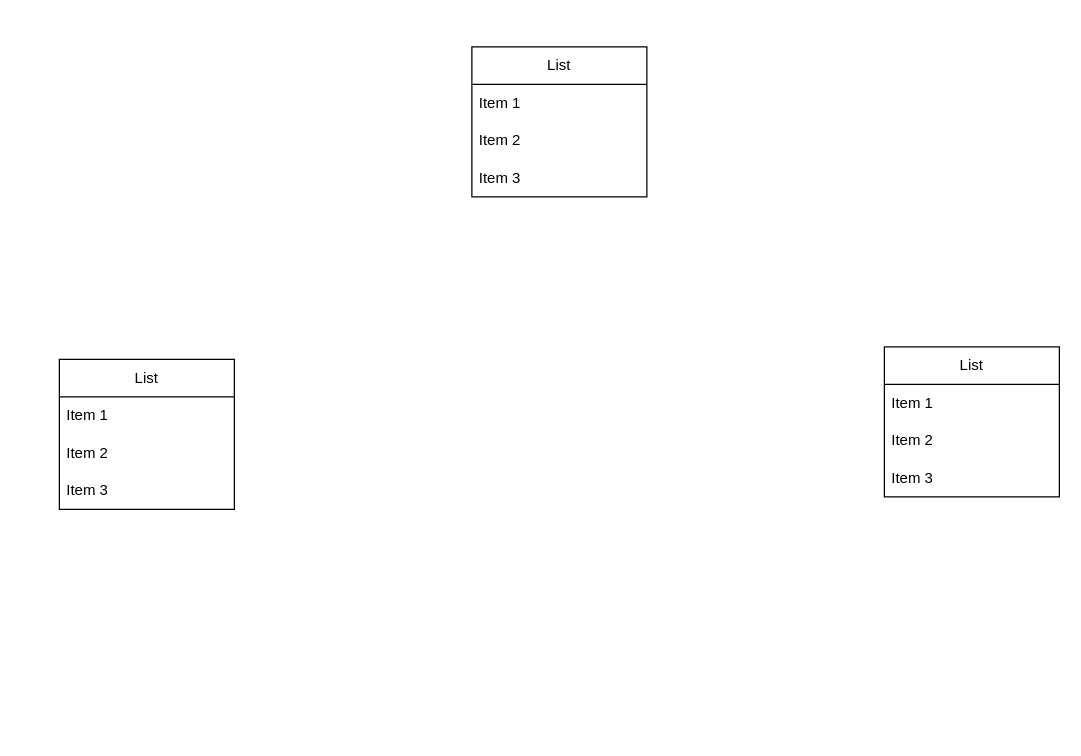
Earlier version of the draw.io diagram uml_diagram_for_snowflake_schema.drawio (christiankelechi/elibraryplatform). Source tidied: cells renumbered, new cells numbered last; positions are measured from the earlier drawing's top-left corner, leaving out a move shared by most shapes. Both pictures are drawn from the tidied source at 125%, with x=0, y=0 at pixel (59, 46).
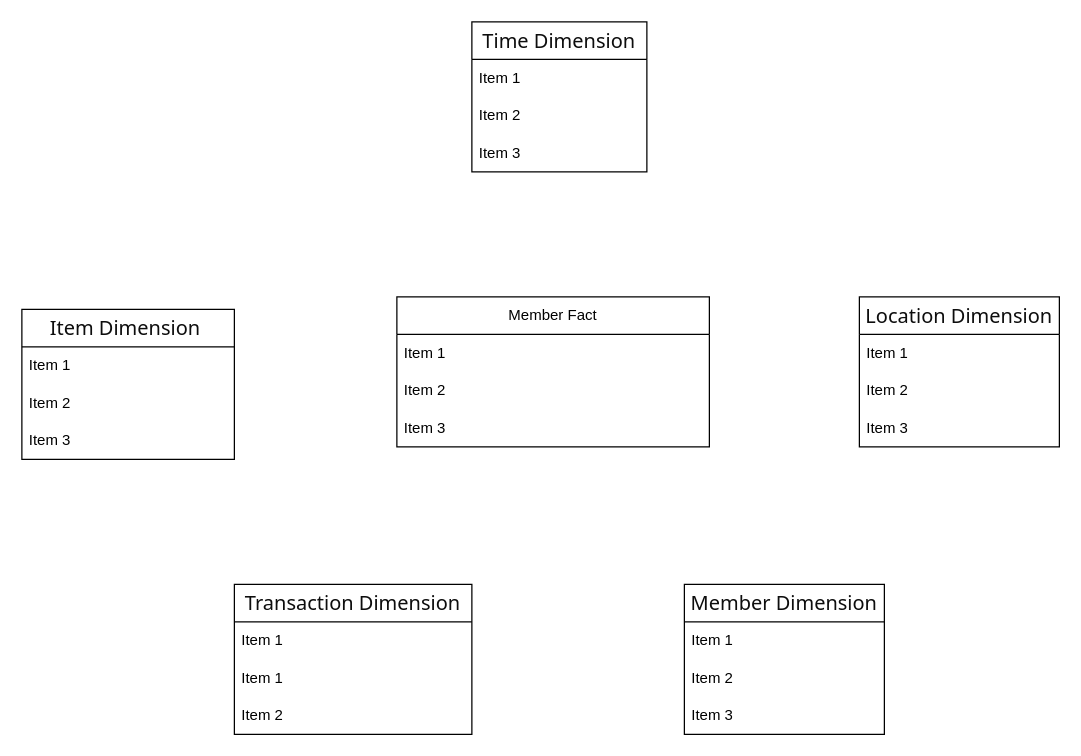
The same diagram, later.

Change to the diagram source:
```diff
@@
-    <mxCell id="2" value="List" style="swimlane;fontStyle=0;horizontal=1;startSize=30;whiteSpace=wrap;html=1;" parent="1" vertex="1">
-      <mxGeometry y="250" width="140" height="120" as="geometry" />
+    <mxCell id="2" value="&lt;span style=&quot;color: rgb(13, 13, 13); font-family: Söhne, ui-sans-serif, system-ui, -apple-system, &amp;quot;Segoe UI&amp;quot;, Roboto, Ubuntu, Cantarell, &amp;quot;Noto Sans&amp;quot;, sans-serif, &amp;quot;Helvetica Neue&amp;quot;, Arial, &amp;quot;Apple Color Emoji&amp;quot;, &amp;quot;Segoe UI Emoji&amp;quot;, &amp;quot;Segoe UI Symbol&amp;quot;, &amp;quot;Noto Color Emoji&amp;quot;; font-size: 16px; text-align: start; white-space-collapse: preserve; background-color: rgb(255, 255, 255);&quot;&gt;Item Dimension &lt;/span&gt;" style="swimlane;fontStyle=0;horizontal=1;startSize=30;whiteSpace=wrap;html=1;" parent="1" vertex="1">
+      <mxGeometry x="-30" y="210" width="170" height="120" as="geometry" />
     </mxCell>
     <mxCell id="3" value="Item 1" style="text;strokeColor=none;fillColor=none;align=left;verticalAlign=middle;spacingLeft=4;spacingRight=4;overflow=hidden;whiteSpace=wrap;html=1;" parent="2" vertex="1">
-      <mxGeometry y="30" width="140" height="30" as="geometry" />
+      <mxGeometry y="30" width="170" height="30" as="geometry" />
     </mxCell>
     <mxCell id="4" value="Item 2" style="text;strokeColor=none;fillColor=none;align=left;verticalAlign=middle;spacingLeft=4;spacingRight=4;overflow=hidden;whiteSpace=wrap;html=1;" parent="2" vertex="1">
-      <mxGeometry y="60" width="140" height="30" as="geometry" />
+      <mxGeometry y="60" width="170" height="30" as="geometry" />
     </mxCell>
     <mxCell id="5" value="Item 3" style="text;strokeColor=none;fillColor=none;align=left;verticalAlign=middle;spacingLeft=4;spacingRight=4;overflow=hidden;whiteSpace=wrap;html=1;" parent="2" vertex="1">
-      <mxGeometry y="90" width="140" height="30" as="geometry" />
+      <mxGeometry y="90" width="170" height="30" as="geometry" />
     </mxCell>
-    <mxCell id="6" value="List" style="swimlane;fontStyle=0;horizontal=1;startSize=30;whiteSpace=wrap;html=1;" parent="1" vertex="1">
-      <mxGeometry x="330" width="140" height="120" as="geometry" />
+    <mxCell id="6" value="&lt;span style=&quot;color: rgb(13, 13, 13); font-family: Söhne, ui-sans-serif, system-ui, -apple-system, &amp;quot;Segoe UI&amp;quot;, Roboto, Ubuntu, Cantarell, &amp;quot;Noto Sans&amp;quot;, sans-serif, &amp;quot;Helvetica Neue&amp;quot;, Arial, &amp;quot;Apple Color Emoji&amp;quot;, &amp;quot;Segoe UI Emoji&amp;quot;, &amp;quot;Segoe UI Symbol&amp;quot;, &amp;quot;Noto Color Emoji&amp;quot;; font-size: 16px; text-align: start; white-space-collapse: preserve; background-color: rgb(255, 255, 255);&quot;&gt;Time Dimension&lt;/span&gt;" style="swimlane;fontStyle=0;horizontal=1;startSize=30;whiteSpace=wrap;html=1;" parent="1" vertex="1">
+      <mxGeometry x="330" y="-20" width="140" height="120" as="geometry" />
     </mxCell>
@@
-    <mxCell id="10" value="List" style="swimlane;fontStyle=0;horizontal=1;startSize=30;whiteSpace=wrap;html=1;" parent="1" vertex="1">
-      <mxGeometry x="660" y="240" width="140" height="120" as="geometry" />
+    <mxCell id="10" value="&lt;span style=&quot;color: rgb(13, 13, 13); font-family: Söhne, ui-sans-serif, system-ui, -apple-system, &amp;quot;Segoe UI&amp;quot;, Roboto, Ubuntu, Cantarell, &amp;quot;Noto Sans&amp;quot;, sans-serif, &amp;quot;Helvetica Neue&amp;quot;, Arial, &amp;quot;Apple Color Emoji&amp;quot;, &amp;quot;Segoe UI Emoji&amp;quot;, &amp;quot;Segoe UI Symbol&amp;quot;, &amp;quot;Noto Color Emoji&amp;quot;; font-size: 16px; text-align: start; white-space-collapse: preserve; background-color: rgb(255, 255, 255);&quot;&gt;Location Dimension&lt;/span&gt;" style="swimlane;fontStyle=0;horizontal=1;startSize=30;whiteSpace=wrap;html=1;" parent="1" vertex="1">
+      <mxGeometry x="640" y="200" width="160" height="120" as="geometry" />
     </mxCell>
     <mxCell id="11" value="Item 1" style="text;strokeColor=none;fillColor=none;align=left;verticalAlign=middle;spacingLeft=4;spacingRight=4;overflow=hidden;whiteSpace=wrap;html=1;" parent="10" vertex="1">
-      <mxGeometry y="30" width="140" height="30" as="geometry" />
+      <mxGeometry y="30" width="160" height="30" as="geometry" />
     </mxCell>
     <mxCell id="12" value="Item 2" style="text;strokeColor=none;fillColor=none;align=left;verticalAlign=middle;spacingLeft=4;spacingRight=4;overflow=hidden;whiteSpace=wrap;html=1;" parent="10" vertex="1">
-      <mxGeometry y="60" width="140" height="30" as="geometry" />
+      <mxGeometry y="60" width="160" height="30" as="geometry" />
     </mxCell>
     <mxCell id="13" value="Item 3" style="text;strokeColor=none;fillColor=none;align=left;verticalAlign=middle;spacingLeft=4;spacingRight=4;overflow=hidden;whiteSpace=wrap;html=1;" parent="10" vertex="1">
-      <mxGeometry y="90" width="140" height="30" as="geometry" />
+      <mxGeometry y="90" width="160" height="30" as="geometry" />
     </mxCell>
+    <mxCell id="14" value="&lt;span style=&quot;color: rgb(13, 13, 13); font-family: Söhne, ui-sans-serif, system-ui, -apple-system, &amp;quot;Segoe UI&amp;quot;, Roboto, Ubuntu, Cantarell, &amp;quot;Noto Sans&amp;quot;, sans-serif, &amp;quot;Helvetica Neue&amp;quot;, Arial, &amp;quot;Apple Color Emoji&amp;quot;, &amp;quot;Segoe UI Emoji&amp;quot;, &amp;quot;Segoe UI Symbol&amp;quot;, &amp;quot;Noto Color Emoji&amp;quot;; font-size: 16px; text-align: start; white-space-collapse: preserve; background-color: rgb(255, 255, 255);&quot;&gt;Member Dimension&lt;/span&gt;" style="swimlane;fontStyle=0;horizontal=1;startSize=30;whiteSpace=wrap;html=1;" parent="1" vertex="1">
+      <mxGeometry x="500" y="430" width="160" height="120" as="geometry" />
+    </mxCell>
+    <mxCell id="15" value="Item 1" style="text;strokeColor=none;fillColor=none;align=left;verticalAlign=middle;spacingLeft=4;spacingRight=4;overflow=hidden;whiteSpace=wrap;html=1;" parent="14" vertex="1">
+      <mxGeometry y="30" width="160" height="30" as="geometry" />
+    </mxCell>
+    <mxCell id="16" value="Item 2" style="text;strokeColor=none;fillColor=none;align=left;verticalAlign=middle;spacingLeft=4;spacingRight=4;overflow=hidden;whiteSpace=wrap;html=1;" parent="14" vertex="1">
+      <mxGeometry y="60" width="160" height="30" as="geometry" />
+    </mxCell>
+    <mxCell id="17" value="Item 3" style="text;strokeColor=none;fillColor=none;align=left;verticalAlign=middle;spacingLeft=4;spacingRight=4;overflow=hidden;whiteSpace=wrap;html=1;" parent="14" vertex="1">
+      <mxGeometry y="90" width="160" height="30" as="geometry" />
+    </mxCell>
+    <mxCell id="18" value="Member Fact" style="swimlane;fontStyle=0;horizontal=1;startSize=30;whiteSpace=wrap;html=1;" parent="1" vertex="1">
+      <mxGeometry x="270" y="200" width="250" height="120" as="geometry" />
+    </mxCell>
+    <mxCell id="19" value="Item 1" style="text;strokeColor=none;fillColor=none;align=left;verticalAlign=middle;spacingLeft=4;spacingRight=4;overflow=hidden;whiteSpace=wrap;html=1;" parent="18" vertex="1">
+      <mxGeometry y="30" width="250" height="30" as="geometry" />
+    </mxCell>
+    <mxCell id="20" value="Item 2" style="text;strokeColor=none;fillColor=none;align=left;verticalAlign=middle;spacingLeft=4;spacingRight=4;overflow=hidden;whiteSpace=wrap;html=1;" parent="18" vertex="1">
+      <mxGeometry y="60" width="250" height="30" as="geometry" />
+    </mxCell>
+    <mxCell id="21" value="Item 3" style="text;strokeColor=none;fillColor=none;align=left;verticalAlign=middle;spacingLeft=4;spacingRight=4;overflow=hidden;whiteSpace=wrap;html=1;" parent="18" vertex="1">
+      <mxGeometry y="90" width="250" height="30" as="geometry" />
+    </mxCell>
+    <mxCell id="22" value="&lt;span style=&quot;color: rgb(13, 13, 13); font-family: Söhne, ui-sans-serif, system-ui, -apple-system, &amp;quot;Segoe UI&amp;quot;, Roboto, Ubuntu, Cantarell, &amp;quot;Noto Sans&amp;quot;, sans-serif, &amp;quot;Helvetica Neue&amp;quot;, Arial, &amp;quot;Apple Color Emoji&amp;quot;, &amp;quot;Segoe UI Emoji&amp;quot;, &amp;quot;Segoe UI Symbol&amp;quot;, &amp;quot;Noto Color Emoji&amp;quot;; font-size: 16px; text-align: start; white-space-collapse: preserve; background-color: rgb(255, 255, 255);&quot;&gt;Transaction Dimension&lt;/span&gt;" style="swimlane;fontStyle=0;horizontal=1;startSize=30;whiteSpace=wrap;html=1;" parent="1" vertex="1">
+      <mxGeometry x="140" y="430" width="190" height="120" as="geometry" />
+    </mxCell>
+    <mxCell id="23" value="Item 1" style="text;strokeColor=none;fillColor=none;align=left;verticalAlign=middle;spacingLeft=4;spacingRight=4;overflow=hidden;whiteSpace=wrap;html=1;" parent="22" vertex="1">
+      <mxGeometry y="30" width="190" height="30" as="geometry" />
+    </mxCell>
+    <mxCell id="24" value="Item 1" style="text;strokeColor=none;fillColor=none;align=left;verticalAlign=middle;spacingLeft=4;spacingRight=4;overflow=hidden;whiteSpace=wrap;html=1;" parent="22" vertex="1">
+      <mxGeometry y="60" width="190" height="30" as="geometry" />
+    </mxCell>
+    <mxCell id="25" value="Item 2" style="text;strokeColor=none;fillColor=none;align=left;verticalAlign=middle;spacingLeft=4;spacingRight=4;overflow=hidden;whiteSpace=wrap;html=1;" parent="22" vertex="1">
+      <mxGeometry y="90" width="190" height="30" as="geometry" />
+    </mxCell>
```
